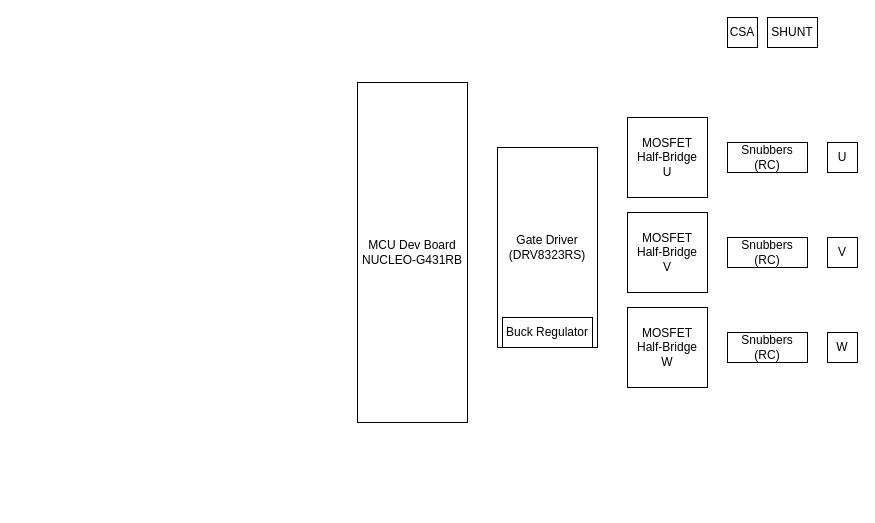
Before: Documentation/FunctionalBlockDiagram.drawio in JobotTheRobot/G431-FOC-SHIELD, a draw.io diagram. Source tidied: cells renumbered, new cells numbered last; positions are measured from the earlier drawing's top-left corner, leaving out a move shared by most shapes. Both pictures are drawn from the tidied source at 100%, with x=0, y=0 at pixel (357, 17).
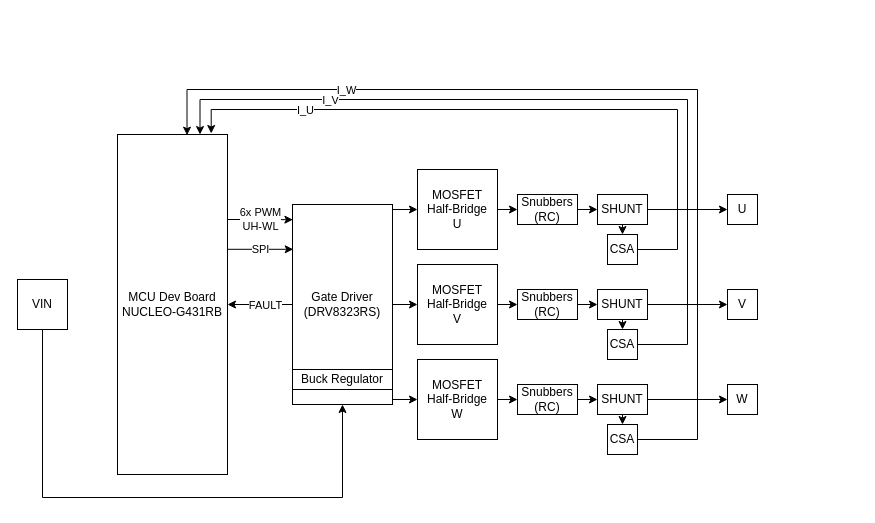
The same diagram, later.

Commit message (it also covers changes not shown here):
block diagram

Change to the diagram source:
```diff
@@
+    <mxCell id="16" value="SPI" style="edgeStyle=orthogonalEdgeStyle;rounded=0;jettySize=auto;html=1;exitX=0.999;exitY=0.337;exitDx=0;exitDy=0;entryX=0.007;entryY=0.224;entryDx=0;entryDy=0;exitPerimeter=0;entryPerimeter=0;" parent="1" edge="1" source="2" target="3">
+      <mxGeometry relative="1" as="geometry">
+        <Array as="points">
+          <mxPoint x="-64" y="232" />
+        </Array>
+      </mxGeometry>
+    </mxCell>
     <mxCell id="2" value="&lt;div&gt;MCU Dev Board&lt;/div&gt;NUCLEO-G431RB" style="rounded=0;whiteSpace=wrap;html=1;" parent="1" vertex="1">
-      <mxGeometry y="65" width="110" height="340" as="geometry" />
+      <mxGeometry x="-240" y="117" width="110" height="340" as="geometry" />
     </mxCell>
+    <mxCell id="17" style="edgeStyle=orthogonalEdgeStyle;rounded=0;jettySize=auto;html=1;exitX=1.003;exitY=0.025;exitDx=0;exitDy=0;entryX=0;entryY=0.5;entryDx=0;entryDy=0;exitPerimeter=0;" parent="1" edge="1" source="3" target="4">
+      <mxGeometry relative="1" as="geometry" />
+    </mxCell>
+    <mxCell id="18" style="edgeStyle=orthogonalEdgeStyle;rounded=0;jettySize=auto;html=1;exitX=1;exitY=0.5;exitDx=0;exitDy=0;entryX=0;entryY=0.5;entryDx=0;entryDy=0;" parent="1" edge="1" source="3" target="5">
+      <mxGeometry relative="1" as="geometry" />
+    </mxCell>
+    <mxCell id="19" style="edgeStyle=orthogonalEdgeStyle;rounded=0;jettySize=auto;html=1;exitX=0.999;exitY=0.975;exitDx=0;exitDy=0;entryX=0;entryY=0.5;entryDx=0;entryDy=0;exitPerimeter=0;" parent="1" edge="1" source="3" target="6">
+      <mxGeometry relative="1" as="geometry" />
+    </mxCell>
+    <mxCell id="20" style="edgeStyle=orthogonalEdgeStyle;rounded=0;jettySize=auto;html=1;exitX=0;exitY=0.5;exitDx=0;exitDy=0;entryX=1;entryY=0.5;entryDx=0;entryDy=0;" parent="1" edge="1" source="3" target="2">
+      <mxGeometry relative="1" as="geometry" />
+    </mxCell>
+    <mxCell id="21" value="FAULT" style="edgeLabel;html=1;align=center;verticalAlign=middle;" parent="20" vertex="1">
+      <mxGeometry x="-0.15" relative="1" as="geometry" />
+    </mxCell>
     <mxCell id="3" value="Gate Driver&lt;div&gt;(DRV8323RS)&lt;/div&gt;" style="rounded=0;whiteSpace=wrap;html=1;" parent="1" vertex="1">
-      <mxGeometry x="140" y="130" width="100" height="200" as="geometry" />
+      <mxGeometry x="-65" y="187" width="100" height="200" as="geometry" />
     </mxCell>
+    <mxCell id="22" style="edgeStyle=orthogonalEdgeStyle;rounded=0;jettySize=auto;html=1;exitX=1;exitY=0.5;exitDx=0;exitDy=0;entryX=0;entryY=0.5;entryDx=0;entryDy=0;" parent="1" edge="1" source="4" target="7">
+      <mxGeometry relative="1" as="geometry" />
+    </mxCell>
     <mxCell id="4" value="MOSFET Half-Bridge&lt;div&gt;U&lt;/div&gt;" style="rounded=0;whiteSpace=wrap;html=1;" parent="1" vertex="1">
-      <mxGeometry x="270" y="100" width="80" height="80" as="geometry" />
+      <mxGeometry x="60" y="152" width="80" height="80" as="geometry" />
     </mxCell>
+    <mxCell id="23" style="edgeStyle=orthogonalEdgeStyle;rounded=0;jettySize=auto;html=1;exitX=1;exitY=0.5;exitDx=0;exitDy=0;entryX=0;entryY=0.5;entryDx=0;entryDy=0;" parent="1" edge="1" source="5" target="8">
+      <mxGeometry relative="1" as="geometry" />
+    </mxCell>
     <mxCell id="5" value="MOSFET Half-Bridge&lt;div&gt;V&lt;/div&gt;" style="rounded=0;whiteSpace=wrap;html=1;" parent="1" vertex="1">
-      <mxGeometry x="270" y="195" width="80" height="80" as="geometry" />
+      <mxGeometry x="60" y="247" width="80" height="80" as="geometry" />
     </mxCell>
+    <mxCell id="24" style="edgeStyle=orthogonalEdgeStyle;rounded=0;jettySize=auto;html=1;exitX=1;exitY=0.5;exitDx=0;exitDy=0;entryX=0;entryY=0.5;entryDx=0;entryDy=0;" parent="1" edge="1" source="6" target="9">
+      <mxGeometry relative="1" as="geometry" />
+    </mxCell>
     <mxCell id="6" value="MOSFET Half-Bridge&lt;div&gt;W&lt;/div&gt;" style="rounded=0;whiteSpace=wrap;html=1;" parent="1" vertex="1">
-      <mxGeometry x="270" y="290" width="80" height="80" as="geometry" />
+      <mxGeometry x="60" y="342" width="80" height="80" as="geometry" />
     </mxCell>
+    <mxCell id="25" style="edgeStyle=orthogonalEdgeStyle;rounded=0;jettySize=auto;html=1;exitX=1;exitY=0.5;exitDx=0;exitDy=0;entryX=0;entryY=0.5;entryDx=0;entryDy=0;" parent="1" edge="1" source="7" target="15">
+      <mxGeometry relative="1" as="geometry" />
+    </mxCell>
     <mxCell id="7" value="Snubbers (RC)" style="rounded=0;whiteSpace=wrap;html=1;" parent="1" vertex="1">
-      <mxGeometry x="370" y="125" width="80" height="30" as="geometry" />
+      <mxGeometry x="160" y="177" width="60" height="30" as="geometry" />
     </mxCell>
+    <mxCell id="26" style="edgeStyle=orthogonalEdgeStyle;rounded=0;jettySize=auto;html=1;exitX=1;exitY=0.5;exitDx=0;exitDy=0;entryX=0;entryY=0.5;entryDx=0;entryDy=0;" parent="1" edge="1" source="8" target="35">
+      <mxGeometry relative="1" as="geometry" />
+    </mxCell>
     <mxCell id="8" value="Snubbers (RC)" style="rounded=0;whiteSpace=wrap;html=1;" parent="1" vertex="1">
-      <mxGeometry x="370" y="220" width="80" height="30" as="geometry" />
+      <mxGeometry x="160" y="272" width="60" height="30" as="geometry" />
     </mxCell>
+    <mxCell id="27" style="edgeStyle=orthogonalEdgeStyle;rounded=0;jettySize=auto;html=1;exitX=1;exitY=0.5;exitDx=0;exitDy=0;entryX=0;entryY=0.5;entryDx=0;entryDy=0;" parent="1" edge="1" source="9" target="39">
+      <mxGeometry relative="1" as="geometry" />
+    </mxCell>
     <mxCell id="9" value="Snubbers (RC)" style="rounded=0;whiteSpace=wrap;html=1;" parent="1" vertex="1">
-      <mxGeometry x="370" y="315" width="80" height="30" as="geometry" />
+      <mxGeometry x="160" y="367" width="60" height="30" as="geometry" />
     </mxCell>
     <mxCell id="10" value="U" style="rounded=0;whiteSpace=wrap;html=1;" parent="1" vertex="1">
-      <mxGeometry x="470" y="125" width="30" height="30" as="geometry" />
+      <mxGeometry x="370" y="177" width="30" height="30" as="geometry" />
     </mxCell>
     <mxCell id="11" value="V" style="rounded=0;whiteSpace=wrap;html=1;" parent="1" vertex="1">
-      <mxGeometry x="470" y="220" width="30" height="30" as="geometry" />
+      <mxGeometry x="370" y="272" width="30" height="30" as="geometry" />
     </mxCell>
     <mxCell id="12" value="W" style="rounded=0;whiteSpace=wrap;html=1;" parent="1" vertex="1">
-      <mxGeometry x="470" y="315" width="30" height="30" as="geometry" />
+      <mxGeometry x="370" y="367" width="30" height="30" as="geometry" />
     </mxCell>
+    <mxCell id="14" value="CSA" style="rounded=0;whiteSpace=wrap;html=1;" parent="1" vertex="1">
+      <mxGeometry x="250" y="217" width="30" height="30" as="geometry" />
+    </mxCell>
+    <mxCell id="28" style="edgeStyle=orthogonalEdgeStyle;rounded=0;jettySize=auto;html=1;exitX=0.5;exitY=1;exitDx=0;exitDy=0;entryX=0.5;entryY=0;entryDx=0;entryDy=0;" parent="1" edge="1" source="15" target="14">
+      <mxGeometry relative="1" as="geometry" />
+    </mxCell>
+    <mxCell id="29" style="edgeStyle=orthogonalEdgeStyle;rounded=0;jettySize=auto;html=1;exitX=1;exitY=0.5;exitDx=0;exitDy=0;entryX=0;entryY=0.5;entryDx=0;entryDy=0;" parent="1" edge="1" source="15" target="10">
+      <mxGeometry relative="1" as="geometry" />
+    </mxCell>
+    <mxCell id="15" value="SHUNT" style="rounded=0;whiteSpace=wrap;html=1;" parent="1" vertex="1">
+      <mxGeometry x="240" y="177" width="50" height="30" as="geometry" />
+    </mxCell>
+    <mxCell id="30" style="edgeStyle=orthogonalEdgeStyle;rounded=0;jettySize=auto;html=1;exitX=1;exitY=0.5;exitDx=0;exitDy=0;entryX=0.75;entryY=0;entryDx=0;entryDy=0;" parent="1" edge="1" source="32" target="2">
+      <mxGeometry relative="1" as="geometry">
+        <Array as="points">
+          <mxPoint x="330" y="327" />
+          <mxPoint x="330" y="82" />
+          <mxPoint x="-157" y="82" />
+          <mxPoint x="-157" y="117" />
+        </Array>
+      </mxGeometry>
+    </mxCell>
+    <mxCell id="31" value="I_V" style="edgeLabel;html=1;align=center;verticalAlign=middle;" parent="30" vertex="1">
+      <mxGeometry x="0.63" relative="1" as="geometry">
+        <mxPoint x="13" as="offset" />
+      </mxGeometry>
+    </mxCell>
+    <mxCell id="32" value="CSA" style="rounded=0;whiteSpace=wrap;html=1;" parent="1" vertex="1">
+      <mxGeometry x="250" y="312" width="30" height="30" as="geometry" />
+    </mxCell>
+    <mxCell id="33" style="edgeStyle=orthogonalEdgeStyle;rounded=0;jettySize=auto;html=1;exitX=0.5;exitY=1;exitDx=0;exitDy=0;entryX=0.5;entryY=0;entryDx=0;entryDy=0;" parent="1" edge="1" source="35" target="32">
+      <mxGeometry relative="1" as="geometry" />
+    </mxCell>
+    <mxCell id="34" style="edgeStyle=orthogonalEdgeStyle;rounded=0;jettySize=auto;html=1;exitX=1;exitY=0.5;exitDx=0;exitDy=0;entryX=0;entryY=0.5;entryDx=0;entryDy=0;" parent="1" edge="1" source="35" target="11">
+      <mxGeometry relative="1" as="geometry" />
+    </mxCell>
+    <mxCell id="35" value="SHUNT" style="rounded=0;whiteSpace=wrap;html=1;" parent="1" vertex="1">
+      <mxGeometry x="240" y="272" width="50" height="30" as="geometry" />
+    </mxCell>
+    <mxCell id="36" value="CSA" style="rounded=0;whiteSpace=wrap;html=1;" parent="1" vertex="1">
+      <mxGeometry x="250" y="407" width="30" height="30" as="geometry" />
+    </mxCell>
+    <mxCell id="37" style="edgeStyle=orthogonalEdgeStyle;rounded=0;jettySize=auto;html=1;exitX=0.5;exitY=1;exitDx=0;exitDy=0;entryX=0.5;entryY=0;entryDx=0;entryDy=0;" parent="1" edge="1" source="39" target="36">
+      <mxGeometry relative="1" as="geometry" />
+    </mxCell>
+    <mxCell id="38" style="edgeStyle=orthogonalEdgeStyle;rounded=0;jettySize=auto;html=1;exitX=1;exitY=0.5;exitDx=0;exitDy=0;entryX=0;entryY=0.5;entryDx=0;entryDy=0;" parent="1" edge="1" source="39" target="12">
+      <mxGeometry relative="1" as="geometry" />
+    </mxCell>
+    <mxCell id="39" value="SHUNT" style="rounded=0;whiteSpace=wrap;html=1;" parent="1" vertex="1">
+      <mxGeometry x="240" y="367" width="50" height="30" as="geometry" />
+    </mxCell>
+    <mxCell id="40" style="edgeStyle=orthogonalEdgeStyle;rounded=0;jettySize=auto;html=1;exitX=1;exitY=0.5;exitDx=0;exitDy=0;entryX=0.852;entryY=-0.003;entryDx=0;entryDy=0;entryPerimeter=0;" parent="1" edge="1" source="14" target="2">
+      <mxGeometry relative="1" as="geometry">
+        <Array as="points">
+          <mxPoint x="320" y="232" />
+          <mxPoint x="320" y="92" />
+          <mxPoint x="-146" y="92" />
+        </Array>
+      </mxGeometry>
+    </mxCell>
+    <mxCell id="41" value="I_U" style="edgeLabel;html=1;align=center;verticalAlign=middle;" parent="40" vertex="1">
+      <mxGeometry x="0.65" relative="1" as="geometry" />
+    </mxCell>
+    <mxCell id="42" style="edgeStyle=orthogonalEdgeStyle;rounded=0;jettySize=auto;html=1;exitX=1;exitY=0.5;exitDx=0;exitDy=0;entryX=0.632;entryY=0.002;entryDx=0;entryDy=0;entryPerimeter=0;" parent="1" edge="1" source="36" target="2">
+      <mxGeometry relative="1" as="geometry">
+        <Array as="points">
+          <mxPoint x="340" y="422" />
+          <mxPoint x="340" y="72" />
+          <mxPoint x="-170" y="72" />
+          <mxPoint x="-170" y="118" />
+        </Array>
+      </mxGeometry>
+    </mxCell>
+    <mxCell id="43" value="I_W" style="edgeLabel;html=1;align=center;verticalAlign=middle;" parent="42" vertex="1">
+      <mxGeometry x="0.38" y="-2" relative="1" as="geometry">
+        <mxPoint x="-95" y="2" as="offset" />
+      </mxGeometry>
+    </mxCell>
+    <mxCell id="44" value="6x PWM&lt;div&gt;UH-WL&lt;/div&gt;" style="edgeStyle=orthogonalEdgeStyle;rounded=0;jettySize=auto;html=1;exitX=1;exitY=0.25;exitDx=0;exitDy=0;entryX=0.004;entryY=0.076;entryDx=0;entryDy=0;entryPerimeter=0;" parent="1" edge="1" source="2" target="3">
+      <mxGeometry relative="1" as="geometry" />
+    </mxCell>
     <mxCell id="13" value="Buck Regulator" style="rounded=0;whiteSpace=wrap;html=1;" parent="1" vertex="1">
-      <mxGeometry x="145" y="300" width="90" height="30" as="geometry" />
+      <mxGeometry x="-65" y="352" width="100" height="20" as="geometry" />
     </mxCell>
-    <mxCell id="14" value="CSA" style="rounded=0;whiteSpace=wrap;html=1;" parent="1" vertex="1">
-      <mxGeometry x="370" width="30" height="30" as="geometry" />
-    </mxCell>
-    <mxCell id="15" value="SHUNT" style="rounded=0;whiteSpace=wrap;html=1;" parent="1" vertex="1">
-      <mxGeometry x="410" width="50" height="30" as="geometry" />
-    </mxCell>
+    <mxCell id="45" style="edgeStyle=orthogonalEdgeStyle;rounded=0;jettySize=auto;html=1;exitX=0.5;exitY=1;exitDx=0;exitDy=0;entryX=0.5;entryY=1;entryDx=0;entryDy=0;" parent="1" edge="1" source="46" target="3">
+      <mxGeometry relative="1" as="geometry">
+        <Array as="points">
+          <mxPoint x="-315" y="480" />
+          <mxPoint x="-15" y="480" />
+        </Array>
+      </mxGeometry>
+    </mxCell>
+    <mxCell id="46" value="VIN" style="rounded=0;whiteSpace=wrap;html=1;" parent="1" vertex="1">
+      <mxGeometry x="-340" y="262" width="50" height="50" as="geometry" />
+    </mxCell>
```
